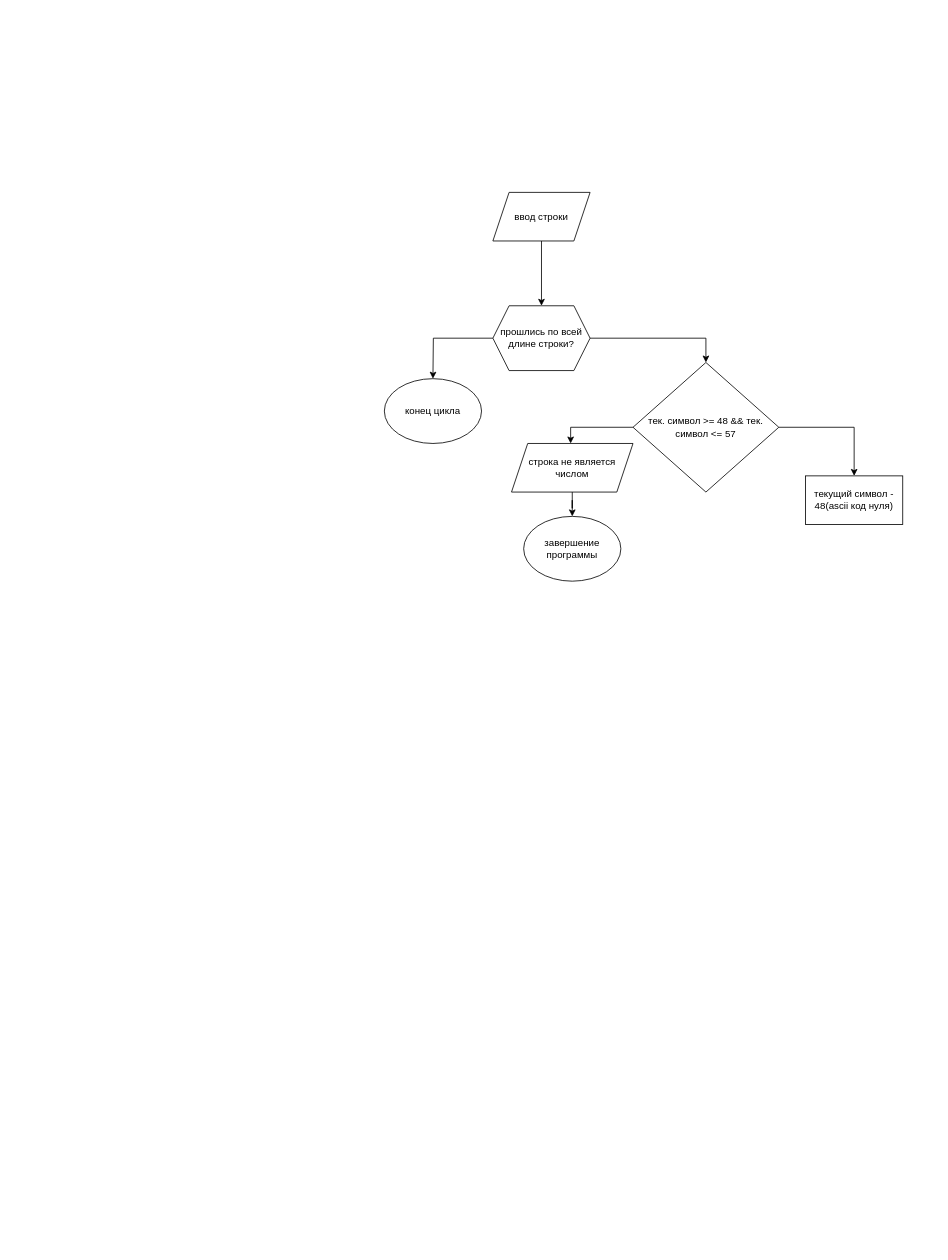
The draw.io diagram assembler_lab6.drawio in Macsik121/flowcharts, before the edit. Source tidied: cells renumbered, new cells numbered last; positions are measured from the earlier drawing's top-left corner, leaving out a move shared by most shapes. Both pictures are drawn from the tidied source at 81%, with x=0, y=0 at pixel (384, 192).
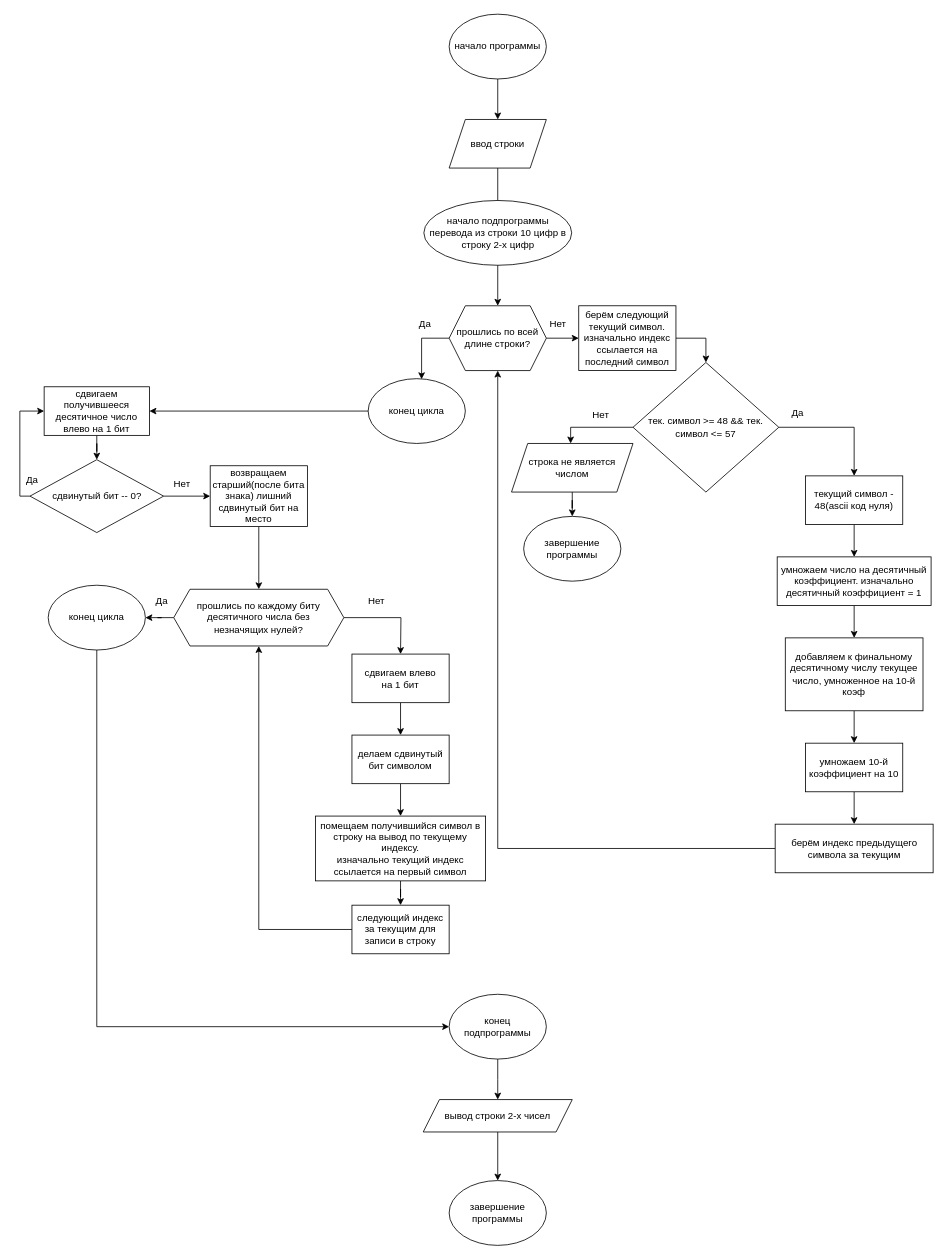
The same page after the edit.

The change refers to these unchanged cells:
```xml
<mxCell id="7" value="текущий символ - 48(ascii код нуля)" style="rounded=0;whiteSpace=wrap;html=1;" parent="1" vertex="1">
  <mxGeometry x="520" y="350" width="120" height="60" as="geometry" />
</mxCell>
<mxCell id="11" value="тек. символ &amp;gt;= 48 &amp;amp;&amp;amp; тек. символ &amp;lt;= 57" style="rhombus;whiteSpace=wrap;html=1;" parent="1" vertex="1">
  <mxGeometry x="307" y="210" width="180" height="160" as="geometry" />
</mxCell>
```

The edit, as a diff of the source:
```diff
@@
     <mxCell id="3" value="ввод строки" style="shape=parallelogram;perimeter=parallelogramPerimeter;whiteSpace=wrap;html=1;fixedSize=1;" parent="1" vertex="1">
-      <mxGeometry x="134" width="120" height="60" as="geometry" />
+      <mxGeometry x="80" y="-90" width="120" height="60" as="geometry" />
     </mxCell>
-    <mxCell id="4" style="edgeStyle=orthogonalEdgeStyle;rounded=0;jettySize=auto;html=1;" parent="1" edge="1" source="6">
-      <mxGeometry relative="1" as="geometry">
-        <mxPoint x="60" y="230" as="targetPoint" />
-      </mxGeometry>
-    </mxCell>
-    <mxCell id="5" style="edgeStyle=orthogonalEdgeStyle;rounded=0;jettySize=auto;html=1;entryX=0.5;entryY=0;entryDx=0;entryDy=0;" parent="1" edge="1" source="6" target="11">
-      <mxGeometry relative="1" as="geometry" />
-    </mxCell>
+    <mxCell id="15" style="edgeStyle=orthogonalEdgeStyle;rounded=0;jettySize=auto;html=1;entryX=0.55;entryY=0.009;entryDx=0;entryDy=0;entryPerimeter=0;" parent="1" edge="1" source="6" target="8">
+      <mxGeometry relative="1" as="geometry">
+        <Array as="points">
+          <mxPoint x="46" y="180" />
+        </Array>
+      </mxGeometry>
+    </mxCell>
+    <mxCell id="16" style="edgeStyle=orthogonalEdgeStyle;rounded=0;jettySize=auto;html=1;" parent="1" edge="1" source="6" target="26">
+      <mxGeometry relative="1" as="geometry" />
+    </mxCell>
     <mxCell id="6" value="прошлись по всей длине строки?" style="shape=hexagon;perimeter=hexagonPerimeter2;whiteSpace=wrap;html=1;fixedSize=1;" parent="1" vertex="1">
-      <mxGeometry x="134" y="140" width="120" height="80" as="geometry" />
+      <mxGeometry x="80" y="140" width="120" height="80" as="geometry" />
     </mxCell>
+    <mxCell id="17" style="edgeStyle=orthogonalEdgeStyle;rounded=0;jettySize=auto;html=1;" parent="1" edge="1" source="7" target="20">
+      <mxGeometry relative="1" as="geometry" />
+    </mxCell>
@@
+    <mxCell id="18" style="edgeStyle=orthogonalEdgeStyle;rounded=0;jettySize=auto;html=1;" parent="1" edge="1" source="8" target="28">
+      <mxGeometry relative="1" as="geometry" />
+    </mxCell>
     <mxCell id="8" value="конец цикла" style="ellipse;whiteSpace=wrap;html=1;" parent="1" vertex="1">
-      <mxGeometry y="230" width="120" height="80" as="geometry" />
+      <mxGeometry x="-20" y="230" width="120" height="80" as="geometry" />
     </mxCell>
@@
+    <mxCell id="19" style="edgeStyle=orthogonalEdgeStyle;rounded=0;jettySize=auto;html=1;" parent="1" edge="1" source="20" target="22">
+      <mxGeometry relative="1" as="geometry" />
+    </mxCell>
+    <mxCell id="20" value="умножаем число на десятичный коэффициент. изначально десятичный коэффициент = 1" style="rounded=0;whiteSpace=wrap;html=1;" parent="1" vertex="1">
+      <mxGeometry x="485" y="450" width="190" height="60" as="geometry" />
+    </mxCell>
+    <mxCell id="21" style="edgeStyle=orthogonalEdgeStyle;rounded=0;jettySize=auto;html=1;" parent="1" edge="1" source="22" target="24">
+      <mxGeometry relative="1" as="geometry" />
+    </mxCell>
+    <mxCell id="22" value="добавляем к финальному десятичному числу текущее число, умноженное на 10-й коэф" style="rounded=0;whiteSpace=wrap;html=1;" parent="1" vertex="1">
+      <mxGeometry x="495" y="550" width="170" height="90" as="geometry" />
+    </mxCell>
+    <mxCell id="23" style="edgeStyle=orthogonalEdgeStyle;rounded=0;jettySize=auto;html=1;" parent="1" edge="1" source="24" target="41">
+      <mxGeometry relative="1" as="geometry" />
+    </mxCell>
+    <mxCell id="24" value="умножаем 10-й коэффициент на 10" style="rounded=0;whiteSpace=wrap;html=1;" parent="1" vertex="1">
+      <mxGeometry x="520" y="680" width="120" height="60" as="geometry" />
+    </mxCell>
+    <mxCell id="25" style="edgeStyle=orthogonalEdgeStyle;rounded=0;jettySize=auto;html=1;entryX=0.5;entryY=0;entryDx=0;entryDy=0;" parent="1" edge="1" source="26" target="11">
+      <mxGeometry relative="1" as="geometry">
+        <Array as="points">
+          <mxPoint x="397" y="180" />
+        </Array>
+      </mxGeometry>
+    </mxCell>
+    <mxCell id="26" value="берём следующий текущий символ. изначально индекс ссылается на последний символ" style="rounded=0;whiteSpace=wrap;html=1;" parent="1" vertex="1">
+      <mxGeometry x="240" y="140" width="120" height="80" as="geometry" />
+    </mxCell>
+    <mxCell id="27" style="edgeStyle=orthogonalEdgeStyle;rounded=0;jettySize=auto;html=1;" parent="1" edge="1" source="28" target="31">
+      <mxGeometry relative="1" as="geometry" />
+    </mxCell>
+    <mxCell id="28" value="сдвигаем получившееся десятичное число влево на 1 бит" style="whiteSpace=wrap;html=1;" parent="1" vertex="1">
+      <mxGeometry x="-420" y="240" width="130" height="60" as="geometry" />
+    </mxCell>
+    <mxCell id="29" style="edgeStyle=orthogonalEdgeStyle;rounded=0;jettySize=auto;html=1;entryX=0;entryY=0.5;entryDx=0;entryDy=0;" parent="1" edge="1" source="31" target="28">
+      <mxGeometry relative="1" as="geometry">
+        <Array as="points">
+          <mxPoint x="-450" y="375" />
+          <mxPoint x="-450" y="270" />
+        </Array>
+      </mxGeometry>
+    </mxCell>
+    <mxCell id="30" style="edgeStyle=orthogonalEdgeStyle;rounded=0;jettySize=auto;html=1;" parent="1" edge="1" source="31" target="47">
+      <mxGeometry relative="1" as="geometry">
+        <Array as="points">
+          <mxPoint x="-230" y="375" />
+          <mxPoint x="-230" y="375" />
+        </Array>
+      </mxGeometry>
+    </mxCell>
+    <mxCell id="31" value="сдвинутый бит -- 0?" style="rhombus;whiteSpace=wrap;html=1;" parent="1" vertex="1">
+      <mxGeometry x="-437.5" y="330" width="165" height="90" as="geometry" />
+    </mxCell>
+    <mxCell id="32" style="edgeStyle=orthogonalEdgeStyle;rounded=0;jettySize=auto;html=1;" parent="1" edge="1" source="34">
+      <mxGeometry relative="1" as="geometry">
+        <mxPoint x="20" y="570" as="targetPoint" />
+      </mxGeometry>
+    </mxCell>
+    <mxCell id="33" style="edgeStyle=orthogonalEdgeStyle;rounded=0;jettySize=auto;html=1;entryX=1;entryY=0.5;entryDx=0;entryDy=0;" parent="1" edge="1" source="34" target="51">
+      <mxGeometry relative="1" as="geometry" />
+    </mxCell>
+    <mxCell id="34" value="&lt;div&gt;прошлись по каждому биту десятичного числа без&lt;/div&gt;&lt;div&gt;незначящих нулей?&lt;/div&gt;" style="shape=hexagon;perimeter=hexagonPerimeter2;whiteSpace=wrap;html=1;fixedSize=1;" parent="1" vertex="1">
+      <mxGeometry x="-260" y="490" width="210" height="70" as="geometry" />
+    </mxCell>
+    <mxCell id="35" value="начало подпрограммы перевода из строки 10 цифр в строку 2-х цифр" style="ellipse;whiteSpace=wrap;html=1;" parent="1" vertex="1">
+      <mxGeometry x="48.8" y="10" width="182.5" height="80" as="geometry" />
+    </mxCell>
+    <mxCell id="36" style="edgeStyle=orthogonalEdgeStyle;rounded=0;jettySize=auto;html=1;" parent="1" edge="1" source="37" target="3">
+      <mxGeometry relative="1" as="geometry" />
+    </mxCell>
+    <mxCell id="37" value="начало программы" style="ellipse;whiteSpace=wrap;html=1;" parent="1" vertex="1">
+      <mxGeometry x="80" y="-220" width="120" height="80" as="geometry" />
+    </mxCell>
+    <mxCell id="38" style="edgeStyle=orthogonalEdgeStyle;rounded=0;jettySize=auto;html=1;" parent="1" edge="1" source="39" target="43">
+      <mxGeometry relative="1" as="geometry" />
+    </mxCell>
+    <mxCell id="39" value="&lt;div&gt;сдвигаем влево&lt;/div&gt;&lt;div&gt;на 1 бит&lt;/div&gt;" style="rounded=0;whiteSpace=wrap;html=1;" parent="1" vertex="1">
+      <mxGeometry x="-40" y="570" width="120" height="60" as="geometry" />
+    </mxCell>
+    <mxCell id="40" style="edgeStyle=orthogonalEdgeStyle;rounded=0;jettySize=auto;html=1;entryX=0.5;entryY=1;entryDx=0;entryDy=0;" parent="1" edge="1" source="41" target="6">
+      <mxGeometry relative="1" as="geometry" />
+    </mxCell>
+    <mxCell id="41" value="берём индекс предыдущего символа за текущим" style="whiteSpace=wrap;html=1;rounded=0;" parent="1" vertex="1">
+      <mxGeometry x="482.5" y="780" width="195" height="60" as="geometry" />
+    </mxCell>
+    <mxCell id="42" style="edgeStyle=orthogonalEdgeStyle;rounded=0;jettySize=auto;html=1;" parent="1" edge="1" source="43" target="45">
+      <mxGeometry relative="1" as="geometry" />
+    </mxCell>
+    <mxCell id="43" value="делаем сдвинутый бит символом" style="whiteSpace=wrap;html=1;rounded=0;" parent="1" vertex="1">
+      <mxGeometry x="-40" y="670" width="120" height="60" as="geometry" />
+    </mxCell>
+    <mxCell id="44" style="edgeStyle=orthogonalEdgeStyle;rounded=0;jettySize=auto;html=1;" parent="1" edge="1" source="45" target="49">
+      <mxGeometry relative="1" as="geometry" />
+    </mxCell>
+    <mxCell id="45" value="помещаем получившийся символ в строку на вывод по текущему индексу. &lt;br&gt;&lt;div&gt;изначально текущий индекс&lt;/div&gt;&lt;div&gt;ссылается на первый символ&lt;/div&gt;" style="whiteSpace=wrap;html=1;rounded=0;" parent="1" vertex="1">
+      <mxGeometry x="-85" y="770" width="210" height="80" as="geometry" />
+    </mxCell>
+    <mxCell id="46" style="edgeStyle=orthogonalEdgeStyle;rounded=0;jettySize=auto;html=1;" parent="1" edge="1" source="47" target="34">
+      <mxGeometry relative="1" as="geometry" />
+    </mxCell>
+    <mxCell id="47" value="возвращаем старший(после бита знака) лишний сдвинутый бит на место" style="whiteSpace=wrap;html=1;" parent="1" vertex="1">
+      <mxGeometry x="-215" y="337.5" width="120" height="75" as="geometry" />
+    </mxCell>
+    <mxCell id="48" style="edgeStyle=orthogonalEdgeStyle;rounded=0;jettySize=auto;html=1;entryX=0.5;entryY=1;entryDx=0;entryDy=0;" parent="1" edge="1" source="49" target="34">
+      <mxGeometry relative="1" as="geometry" />
+    </mxCell>
+    <mxCell id="49" value="следующий индекс за текущим для записи в строку" style="whiteSpace=wrap;html=1;rounded=0;" parent="1" vertex="1">
+      <mxGeometry x="-40" y="880" width="120" height="60" as="geometry" />
+    </mxCell>
+    <mxCell id="50" style="edgeStyle=orthogonalEdgeStyle;rounded=0;jettySize=auto;html=1;entryX=0;entryY=0.5;entryDx=0;entryDy=0;" parent="1" edge="1" source="51" target="53">
+      <mxGeometry relative="1" as="geometry">
+        <Array as="points">
+          <mxPoint x="-355" y="1030" />
+        </Array>
+      </mxGeometry>
+    </mxCell>
+    <mxCell id="51" value="конец цикла" style="ellipse;whiteSpace=wrap;html=1;" parent="1" vertex="1">
+      <mxGeometry x="-415" y="485" width="120" height="80" as="geometry" />
+    </mxCell>
+    <mxCell id="52" style="edgeStyle=orthogonalEdgeStyle;rounded=0;jettySize=auto;html=1;" parent="1" edge="1" source="53">
+      <mxGeometry relative="1" as="geometry">
+        <mxPoint x="140" y="1120" as="targetPoint" />
+      </mxGeometry>
+    </mxCell>
+    <mxCell id="53" value="конец подпрограммы" style="ellipse;whiteSpace=wrap;html=1;" parent="1" vertex="1">
+      <mxGeometry x="80" y="990" width="120" height="80" as="geometry" />
+    </mxCell>
+    <mxCell id="54" style="edgeStyle=orthogonalEdgeStyle;rounded=0;jettySize=auto;html=1;" parent="1" edge="1" source="55" target="56">
+      <mxGeometry relative="1" as="geometry" />
+    </mxCell>
+    <mxCell id="55" value="вывод строки 2-х чисел" style="shape=parallelogram;perimeter=parallelogramPerimeter;whiteSpace=wrap;html=1;fixedSize=1;" parent="1" vertex="1">
+      <mxGeometry x="48" y="1120" width="184" height="40" as="geometry" />
+    </mxCell>
+    <mxCell id="56" value="завершение программы" style="ellipse;whiteSpace=wrap;html=1;" parent="1" vertex="1">
+      <mxGeometry x="80" y="1220" width="120" height="80" as="geometry" />
+    </mxCell>
+    <mxCell id="57" value="Да" style="text;html=1;align=center;verticalAlign=middle;strokeColor=none;fillColor=none;" parent="1" vertex="1">
+      <mxGeometry x="30" y="148" width="40" height="30" as="geometry" />
+    </mxCell>
+    <mxCell id="58" value="Нет" style="text;html=1;align=center;verticalAlign=middle;strokeColor=none;fillColor=none;" parent="1" vertex="1">
+      <mxGeometry x="194" y="148" width="40" height="30" as="geometry" />
+    </mxCell>
+    <mxCell id="59" value="Нет" style="text;html=1;align=center;verticalAlign=middle;strokeColor=none;fillColor=none;" parent="1" vertex="1">
+      <mxGeometry x="247" y="260" width="40" height="30" as="geometry" />
+    </mxCell>
+    <mxCell id="60" value="Да" style="text;html=1;align=center;verticalAlign=middle;strokeColor=none;fillColor=none;" parent="1" vertex="1">
+      <mxGeometry x="490" y="258" width="40" height="30" as="geometry" />
+    </mxCell>
+    <mxCell id="61" value="Да" style="text;html=1;align=center;verticalAlign=middle;strokeColor=none;fillColor=none;" parent="1" vertex="1">
+      <mxGeometry x="-455" y="340" width="40" height="30" as="geometry" />
+    </mxCell>
+    <mxCell id="62" value="Нет" style="text;html=1;align=center;verticalAlign=middle;strokeColor=none;fillColor=none;" parent="1" vertex="1">
+      <mxGeometry x="-270" y="345" width="40" height="30" as="geometry" />
+    </mxCell>
+    <mxCell id="63" value="Да" style="text;html=1;align=center;verticalAlign=middle;strokeColor=none;fillColor=none;" parent="1" vertex="1">
+      <mxGeometry x="-295" y="490" width="40" height="30" as="geometry" />
+    </mxCell>
+    <mxCell id="64" value="Нет" style="text;html=1;align=center;verticalAlign=middle;strokeColor=none;fillColor=none;" parent="1" vertex="1">
+      <mxGeometry x="-30" y="490" width="40" height="30" as="geometry" />
+    </mxCell>
```
